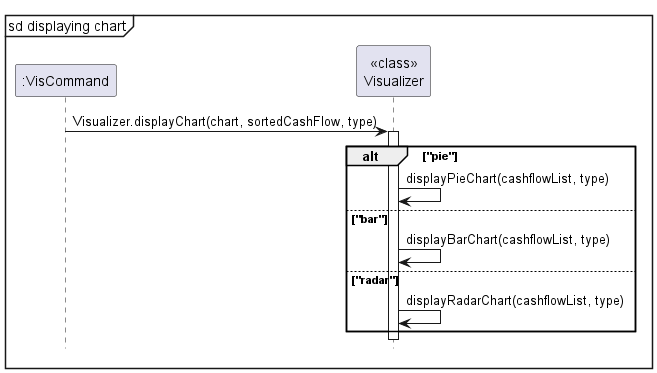
Earlier version of the PlantUML export docs/images/vis/visualizerSequence.png (nus-cs2113-AY2324S1/tp).
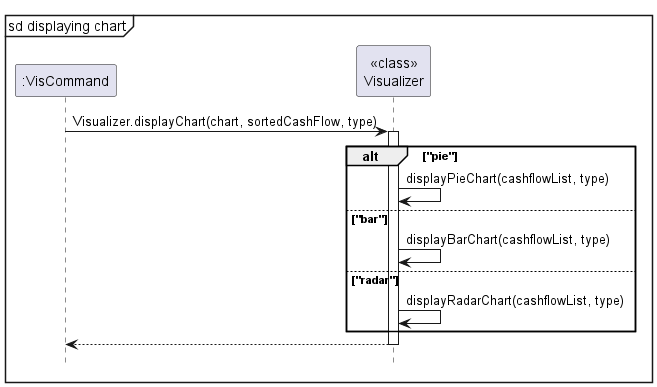
Later version of the same file.

What changed in the source:
```diff
@@ -17,6 +17,8 @@
     "<<class>>\nVisualizer" -> "<<class>>\nVisualizer": displayRadarChart(cashflowList, type)
 end
 
+return
+
 hide footbox
 
 @enduml
```
